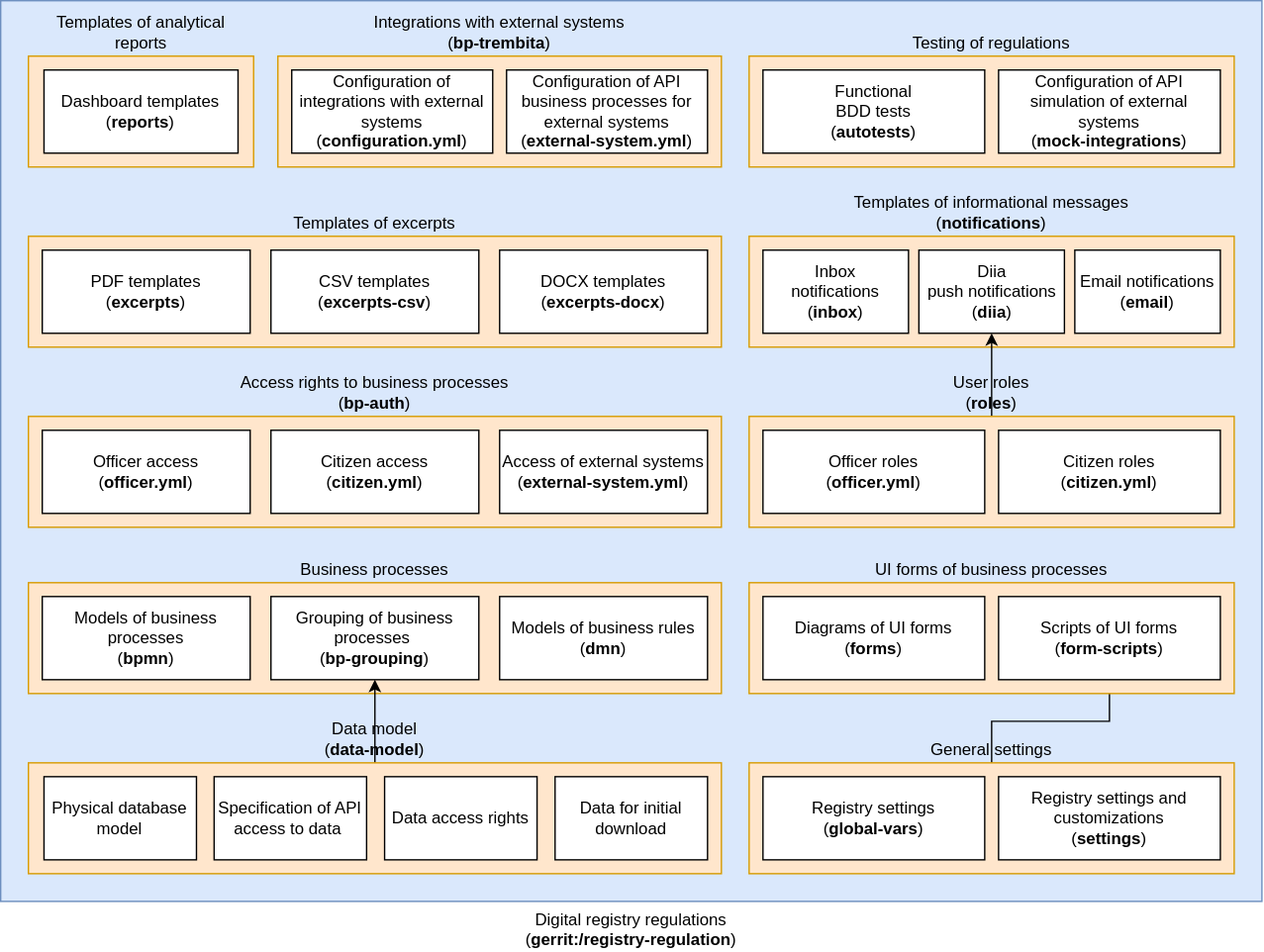
Before: docs/en/modules/arch/images/architecture/registry/administrative/regulation-management/registry-regulation/regulation-structure.svg, a diagram exported from draw.io (epam/edp-ddm-architecture). Source tidied: cells renumbered, new cells last; positions are measured from the earlier drawing's top-left corner, leaving out a move shared by most shapes.
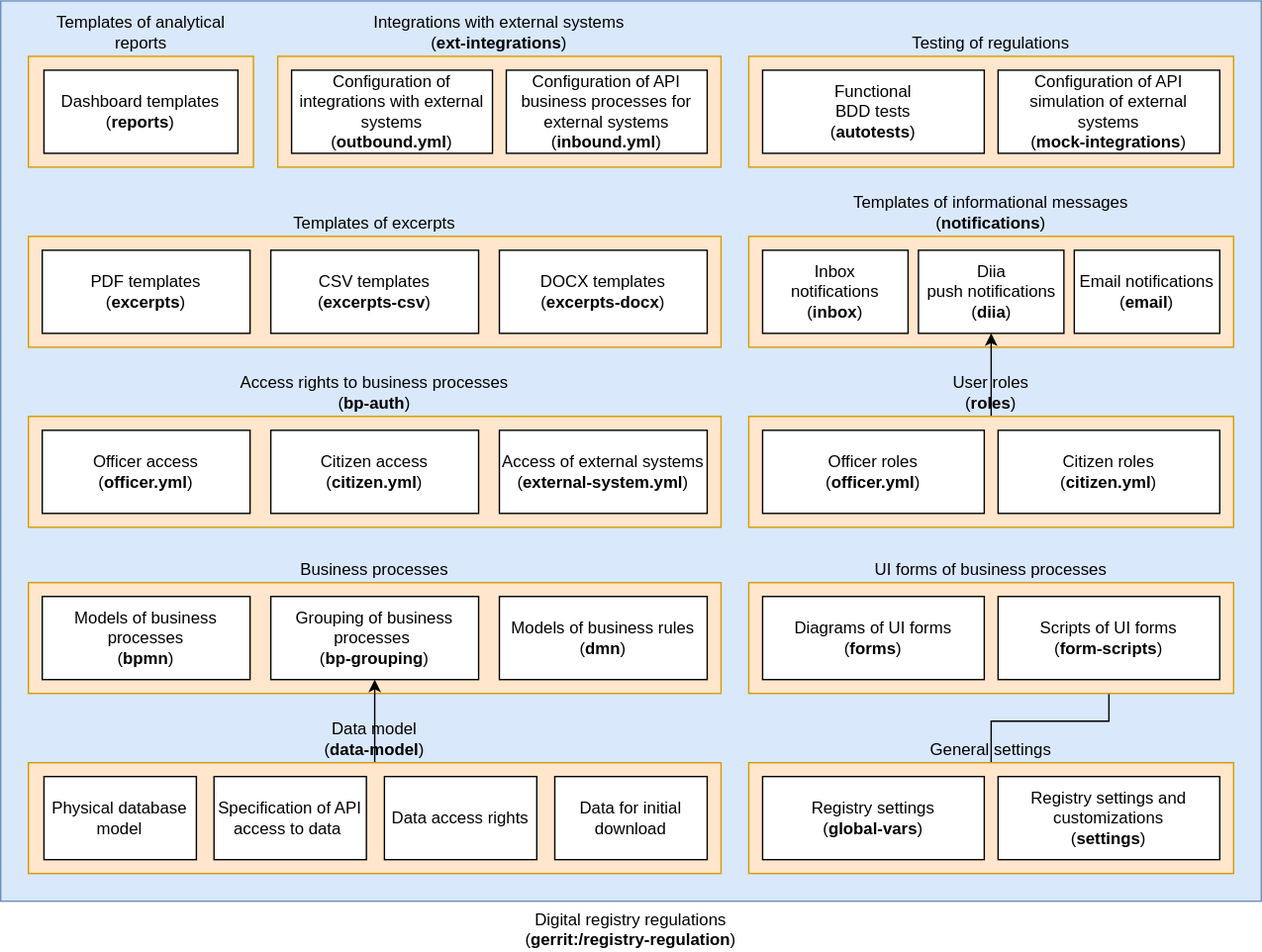
The same file after the commit.

Diff of the diagram source:
```diff
@@ -89,13 +89,13 @@
     <mxCell id="30" value="Configuration of API simulation of external systems&lt;br style=&quot;border-color: var(--border-color);&quot;&gt;(&lt;b style=&quot;border-color: var(--border-color);&quot;&gt;mock-integrations&lt;/b&gt;)" style="rounded=0;whiteSpace=wrap;html=1;" parent="1" vertex="1">
       <mxGeometry x="720" y="50" width="160" height="60" as="geometry" />
     </mxCell>
-    <mxCell id="31" value="Integrations with external systems&lt;br style=&quot;border-color: var(--border-color);&quot;&gt;(&lt;b style=&quot;border-color: var(--border-color);&quot;&gt;bp-trembita&lt;/b&gt;)" style="rounded=0;whiteSpace=wrap;html=1;labelPosition=center;verticalLabelPosition=top;align=center;verticalAlign=bottom;fillColor=#ffe6cc;strokeColor=#d79b00;" parent="1" vertex="1">
+    <mxCell id="31" value="Integrations with external systems&lt;br style=&quot;border-color: var(--border-color);&quot;&gt;(&lt;b style=&quot;border-color: var(--border-color);&quot;&gt;ext-integrations&lt;/b&gt;)" style="rounded=0;whiteSpace=wrap;html=1;labelPosition=center;verticalLabelPosition=top;align=center;verticalAlign=bottom;fillColor=#ffe6cc;strokeColor=#d79b00;" parent="1" vertex="1">
       <mxGeometry x="200" y="40" width="320" height="80" as="geometry" />
     </mxCell>
-    <mxCell id="32" value="Configuration of integrations with external systems&lt;br&gt;(&lt;b&gt;configuration.yml&lt;/b&gt;)" style="rounded=0;whiteSpace=wrap;html=1;" parent="1" vertex="1">
+    <mxCell id="32" value="Configuration of integrations with external systems&lt;br&gt;(&lt;b&gt;outbound.yml&lt;/b&gt;)" style="rounded=0;whiteSpace=wrap;html=1;" parent="1" vertex="1">
       <mxGeometry x="210" y="50" width="145" height="60" as="geometry" />
     </mxCell>
-    <mxCell id="33" value="Configuration of API business processes for external systems&lt;br&gt;(&lt;b&gt;external-system.yml&lt;/b&gt;)" style="rounded=0;whiteSpace=wrap;html=1;" parent="1" vertex="1">
+    <mxCell id="33" value="Configuration of API business processes for external systems&lt;br&gt;(&lt;b&gt;inbound.yml&lt;/b&gt;)" style="rounded=0;whiteSpace=wrap;html=1;" parent="1" vertex="1">
       <mxGeometry x="365" y="50" width="145" height="60" as="geometry" />
     </mxCell>
     <mxCell id="34" value="Functional&lt;br&gt;BDD tests&lt;br style=&quot;border-color: var(--border-color);&quot;&gt;(&lt;b style=&quot;border-color: var(--border-color);&quot;&gt;autotests&lt;/b&gt;)" style="rounded=0;whiteSpace=wrap;html=1;" parent="1" vertex="1">
```
